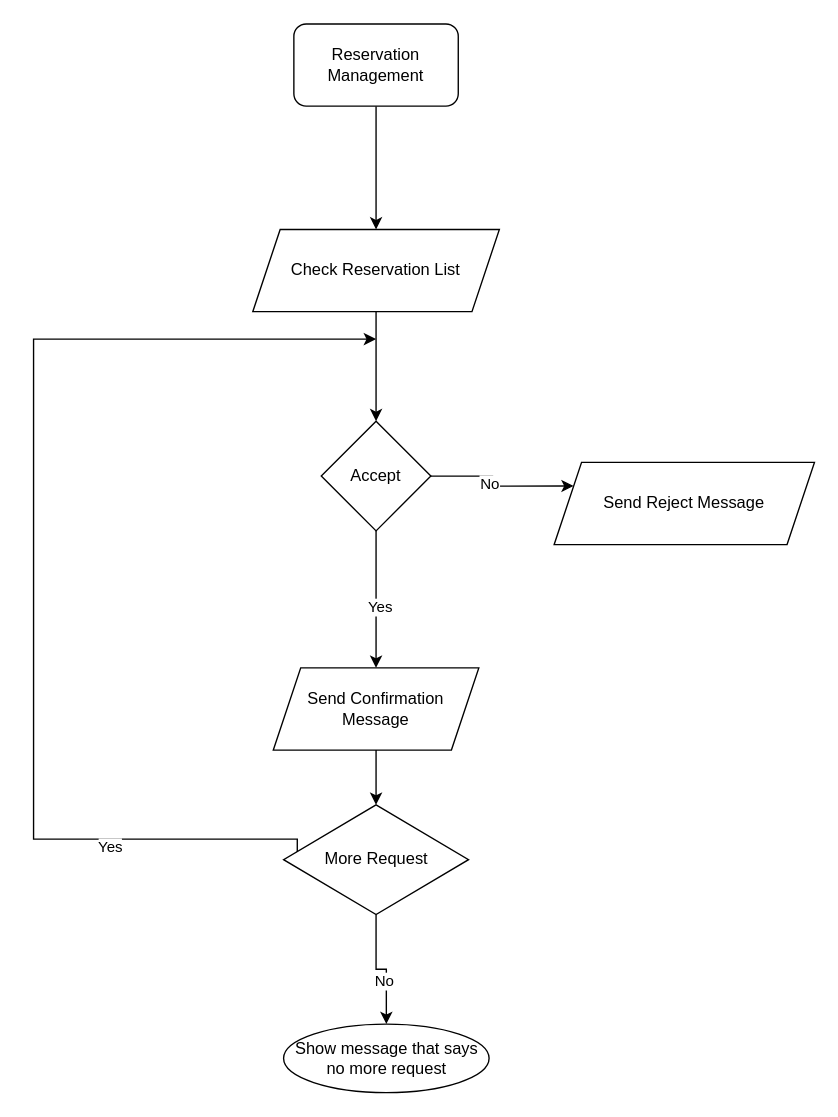
This is prodDocs/Algoritme/ReservationManagement.drawio from Conchero/ecf-back, a draw.io file, before an edit. Source tidied: cells renumbered, new cells numbered last; positions are measured from the earlier drawing's top-left corner, leaving out a move shared by most shapes. Both pictures are drawn from the tidied source at 137%, with x=0, y=0 at pixel (33, 23).
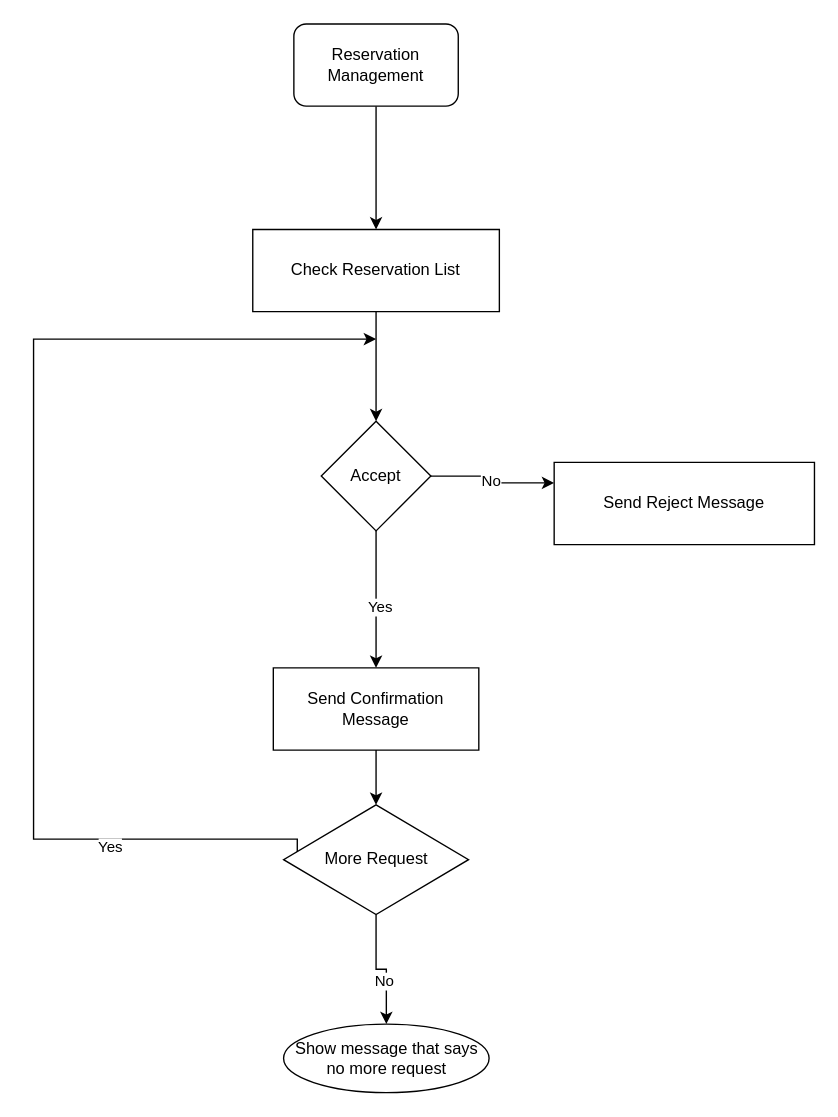
The same page after the edit.

Commit message:
Mettre à jour ReservationManagement.drawio

The edit, as a diff of the source:
```diff
@@
-    <mxCell id="5" value="Check Reservation List" style="shape=parallelogram;perimeter=parallelogramPerimeter;whiteSpace=wrap;html=1;fixedSize=1;" parent="1" vertex="1">
+    <mxCell id="5" value="Check Reservation List" style="shape=parallelogram;perimeter=parallelogramPerimeter;whiteSpace=wrap;html=1;fixedSize=1;size=-40;" parent="1" vertex="1">
       <mxGeometry x="160" y="150" width="180" height="60" as="geometry" />
     </mxCell>
@@
-    <mxCell id="12" value="Send Confirmation Message" style="shape=parallelogram;perimeter=parallelogramPerimeter;whiteSpace=wrap;html=1;fixedSize=1;" parent="1" vertex="1">
+    <mxCell id="12" value="Send Confirmation Message" style="shape=parallelogram;perimeter=parallelogramPerimeter;whiteSpace=wrap;html=1;fixedSize=1;size=-35;" parent="1" vertex="1">
       <mxGeometry x="175" y="470" width="150" height="60" as="geometry" />
     </mxCell>
-    <mxCell id="13" value="Send Reject&amp;nbsp;&lt;span style=&quot;background-color: transparent; color: light-dark(rgb(0, 0, 0), rgb(255, 255, 255));&quot;&gt;Message&lt;/span&gt;" style="shape=parallelogram;perimeter=parallelogramPerimeter;whiteSpace=wrap;html=1;fixedSize=1;" parent="1" vertex="1">
+    <mxCell id="13" value="Send Reject&amp;nbsp;&lt;span style=&quot;background-color: transparent; color: light-dark(rgb(0, 0, 0), rgb(255, 255, 255));&quot;&gt;Message&lt;/span&gt;" style="shape=parallelogram;perimeter=parallelogramPerimeter;whiteSpace=wrap;html=1;fixedSize=1;size=-20;" parent="1" vertex="1">
       <mxGeometry x="380" y="320" width="190" height="60" as="geometry" />
     </mxCell>
```
